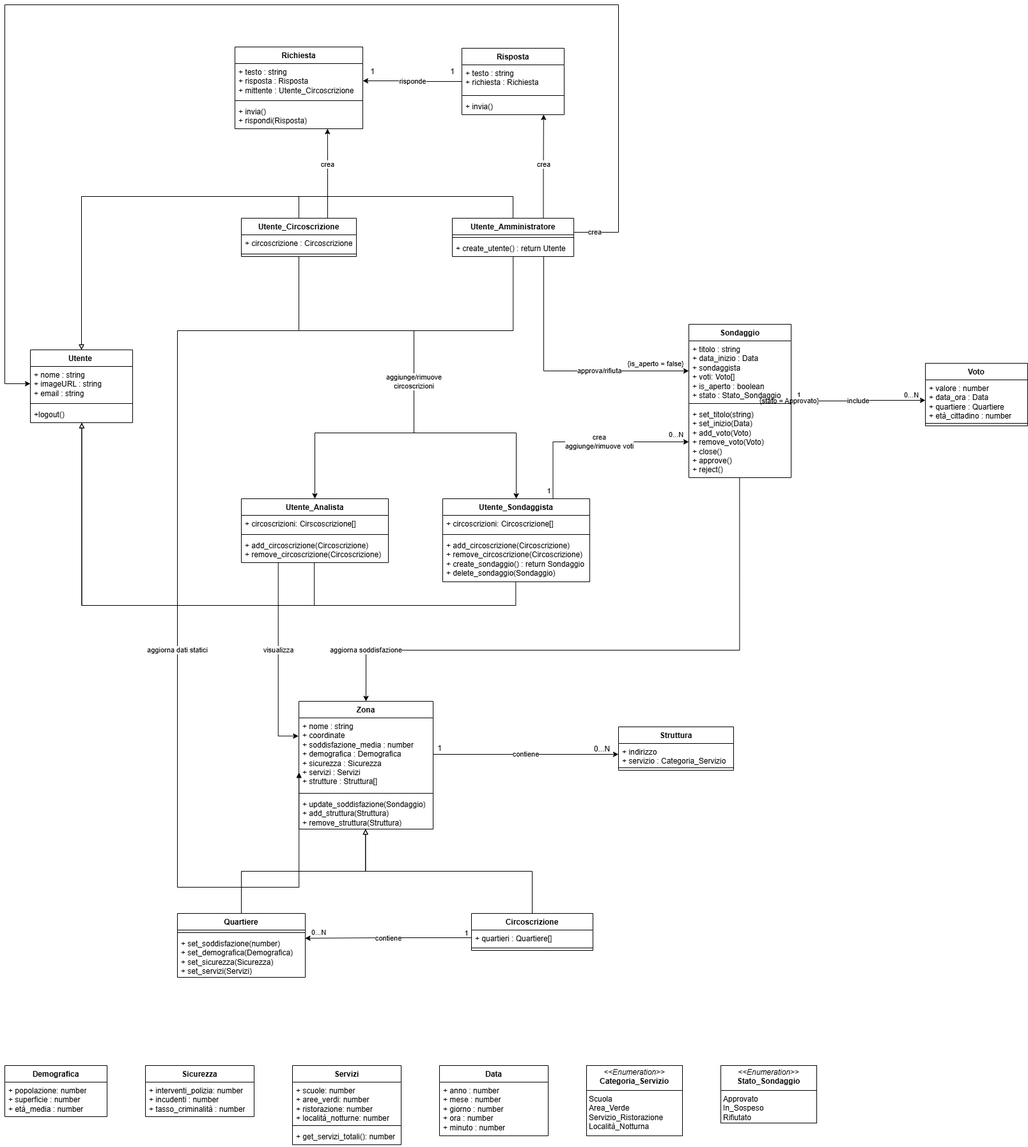
The draw.io diagram deliverable/images/ClassDiagram/ClassDiagram.drawio.png in lucafano04/progettoIngenieriaSoftware, before a commit. Source tidied: cells renumbered, new cells last; positions are measured from the earlier drawing's top-left corner, leaving out a move shared by most shapes.
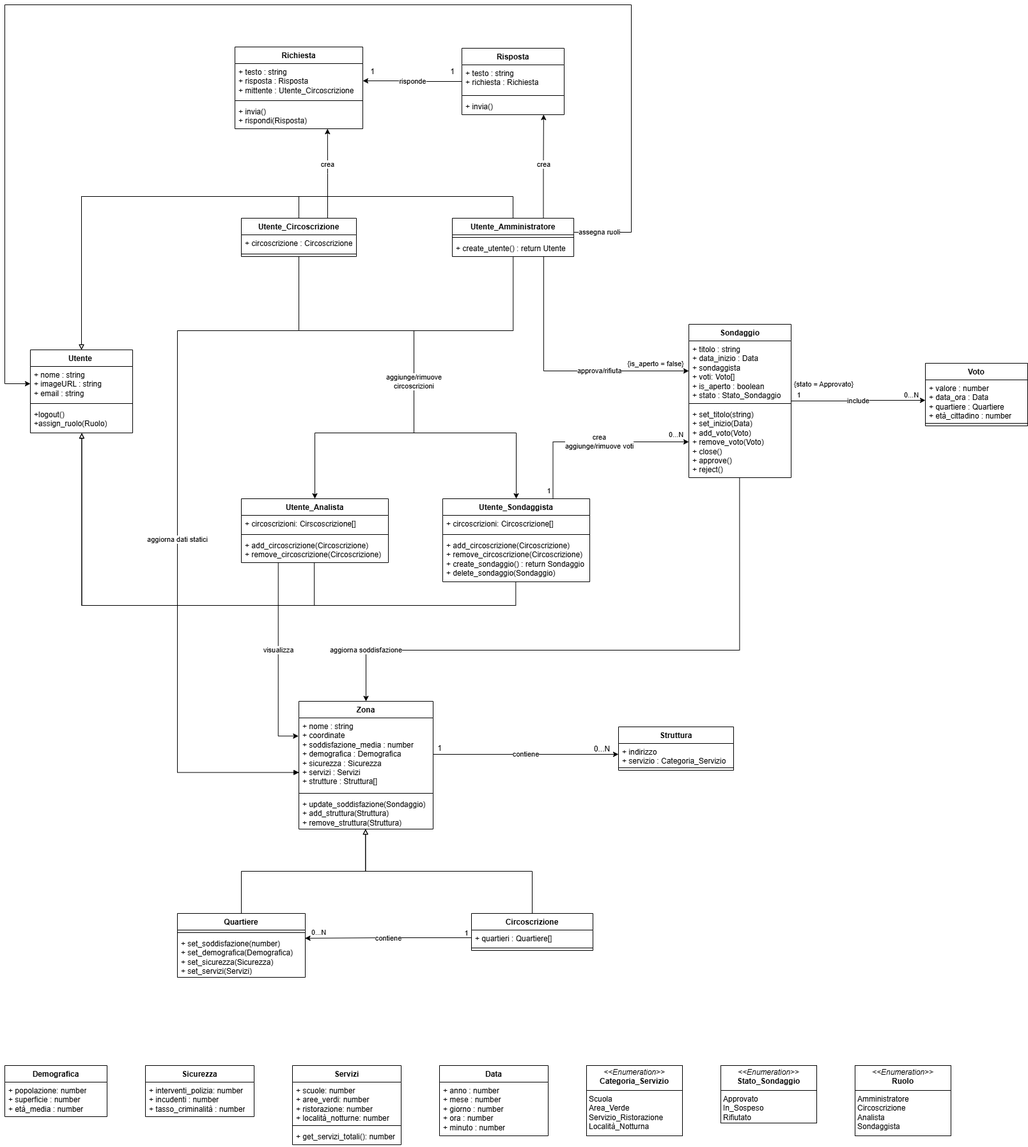
Above is the later version.

Commit message:
updated class diagram

Change to the diagram source:
```diff
@@ -27,7 +27,7 @@
       </mxGeometry>
     </mxCell>
     <mxCell id="5" value="Utente&amp;nbsp;" style="swimlane;fontStyle=1;align=center;verticalAlign=top;horizontal=1;startSize=26;whiteSpace=wrap;html=1;" parent="1" vertex="1">
-      <mxGeometry x="40" y="540" width="160" height="114" as="geometry" />
+      <mxGeometry x="40" y="540" width="160" height="130" as="geometry" />
     </mxCell>
     <mxCell id="6" value="&lt;div&gt;+ nome : string&lt;/div&gt;+ imageURL : string&lt;div&gt;+ email : string&lt;/div&gt;" style="text;strokeColor=none;fillColor=none;align=left;verticalAlign=top;spacingLeft=4;spacingRight=4;overflow=hidden;points=[[0,0.5],[1,0.5]];portConstraint=eastwest;whiteSpace=wrap;html=1;" parent="5" vertex="1">
       <mxGeometry y="26" width="160" height="54" as="geometry" />
@@ -35,8 +35,8 @@
     <mxCell id="7" style="line;strokeWidth=1;fillColor=none;align=left;verticalAlign=middle;spacingTop=-1;spacingLeft=3;spacingRight=3;labelPosition=right;strokeColor=inherit;" parent="5" vertex="1">
       <mxGeometry y="80" width="160" height="8" as="geometry" />
     </mxCell>
-    <mxCell id="8" value="+logout()" style="text;strokeColor=none;fillColor=none;align=left;verticalAlign=top;spacingLeft=4;spacingRight=4;overflow=hidden;points=[[0,0.5],[1,0.5]];portConstraint=eastwest;whiteSpace=wrap;html=1;" parent="5" vertex="1">
-      <mxGeometry y="88" width="160" height="26" as="geometry" />
+    <mxCell id="8" value="+logout()&lt;div&gt;+assign_ruolo(Ruolo)&lt;/div&gt;" style="text;strokeColor=none;fillColor=none;align=left;verticalAlign=top;spacingLeft=4;spacingRight=4;overflow=hidden;points=[[0,0.5],[1,0.5]];portConstraint=eastwest;whiteSpace=wrap;html=1;" parent="5" vertex="1">
+      <mxGeometry y="88" width="160" height="42" as="geometry" />
     </mxCell>
     <mxCell id="9" value="include" style="edgeStyle=orthogonalEdgeStyle;rounded=0;jettySize=auto;html=1;entryX=0;entryY=0.5;entryDx=0;entryDy=0;" parent="1" edge="1" source="14" target="26">
       <mxGeometry relative="1" as="geometry" />
@@ -61,7 +61,7 @@
     </mxCell>
     <mxCell id="13" value="{stato = Approvato}" style="edgeLabel;html=1;align=center;verticalAlign=middle;" parent="12" vertex="1">
       <mxGeometry x="0.77" y="1" relative="1" as="geometry">
-        <mxPoint x="634" y="-392" as="offset" />
+        <mxPoint x="688" y="-418" as="offset" />
       </mxGeometry>
     </mxCell>
     <mxCell id="14" value="Sondaggio" style="swimlane;fontStyle=1;align=center;verticalAlign=top;horizontal=1;startSize=26;whiteSpace=wrap;html=1;" parent="1" vertex="1">
@@ -305,11 +305,12 @@
         </Array>
       </mxGeometry>
     </mxCell>
-    <mxCell id="85" value="crea" style="edgeStyle=orthogonalEdgeStyle;rounded=0;jettySize=auto;html=1;entryX=0;entryY=0.5;entryDx=0;entryDy=0;exitX=1;exitY=0.25;exitDx=0;exitDy=0;" parent="1" edge="1" source="54" target="6">
-      <mxGeometry x="-0.96" relative="1" as="geometry">
+    <mxCell id="85" value="assegna ruoli" style="edgeStyle=orthogonalEdgeStyle;rounded=0;jettySize=auto;html=1;entryX=0;entryY=0.5;entryDx=0;entryDy=0;exitX=1;exitY=0.25;exitDx=0;exitDy=0;" parent="1" edge="1" source="54" target="6">
+      <mxGeometry x="-0.95" relative="1" as="geometry">
         <Array as="points">
-          <mxPoint x="960" y="356" />
-          <mxPoint x="960" />
+          <mxPoint x="890" y="356" />
+          <mxPoint x="980" y="356" />
+          <mxPoint x="980" />
           <mxPoint />
           <mxPoint y="593" />
         </Array>
@@ -334,7 +335,7 @@
         <mxPoint x="460" y="510" as="sourcePoint" />
         <Array as="points">
           <mxPoint x="270" y="510" />
-          <mxPoint x="270" y="1381" />
+          <mxPoint x="270" y="1201" />
         </Array>
       </mxGeometry>
     </mxCell>
@@ -350,5 +351,8 @@
     <mxCell id="92" value="+ get_servizi_totali(): number" style="text;strokeColor=none;fillColor=none;align=left;verticalAlign=top;spacingLeft=4;spacingRight=4;overflow=hidden;whiteSpace=wrap;html=1;" parent="89" vertex="1">
       <mxGeometry y="98" width="170" height="26" as="geometry" />
     </mxCell>
+    <mxCell id="93" value="&lt;p style=&quot;margin:0px;margin-top:4px;text-align:center;&quot;&gt;&lt;i&gt;&amp;lt;&amp;lt;Enumeration&amp;gt;&amp;gt;&lt;/i&gt;&lt;br&gt;&lt;b&gt;Ruolo&lt;/b&gt;&lt;/p&gt;&lt;hr size=&quot;1&quot; style=&quot;border-style:solid;&quot;&gt;&lt;p style=&quot;margin:0px;margin-left:4px;&quot;&gt;Amministratore&lt;/p&gt;&lt;p style=&quot;margin:0px;margin-left:4px;&quot;&gt;Circoscrizione&lt;/p&gt;&lt;p style=&quot;margin:0px;margin-left:4px;&quot;&gt;Analista&lt;/p&gt;&lt;p style=&quot;margin:0px;margin-left:4px;&quot;&gt;Sondaggista&lt;/p&gt;" style="verticalAlign=top;align=left;overflow=fill;html=1;whiteSpace=wrap;" parent="1" vertex="1">
+      <mxGeometry x="1330" y="1660" width="150" height="110" as="geometry" />
+    </mxCell>
   </root>
 </mxGraphModel>
```
